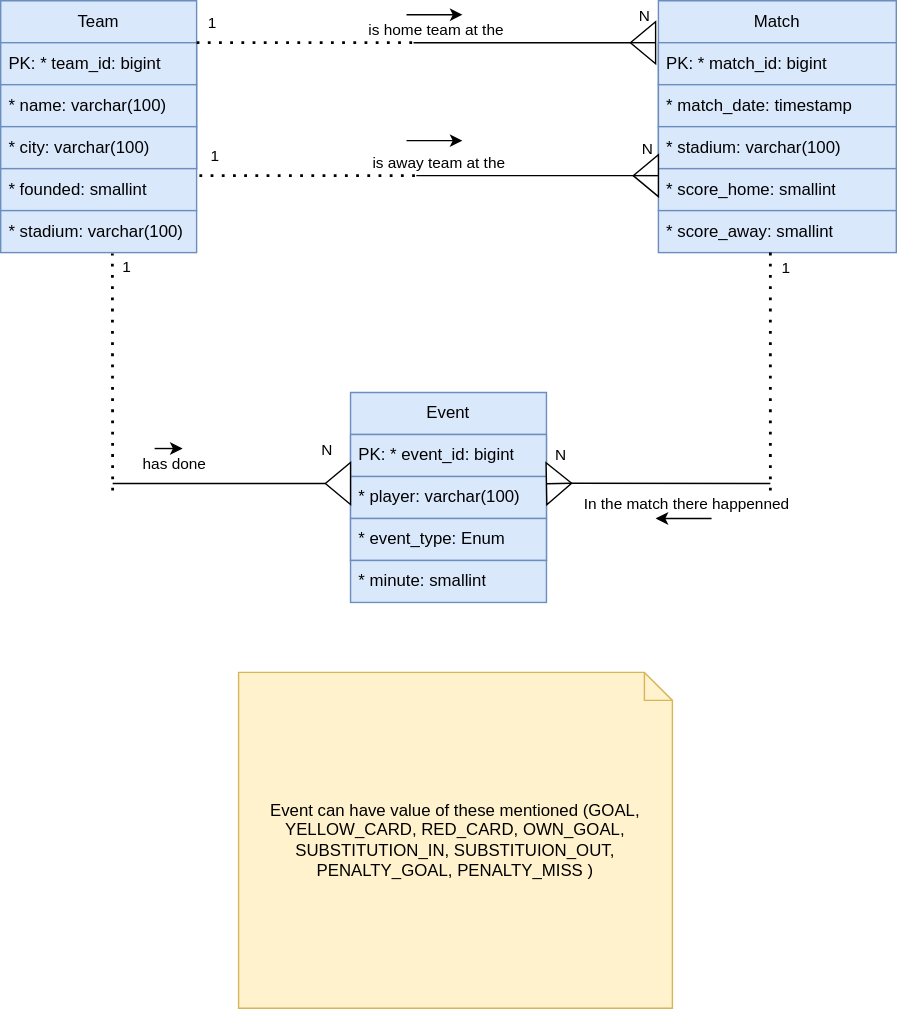
Earlier version of the draw.io export database_model.svg (Dejf-dev/Livesport-Central-Data-Storage). Source tidied: cells renumbered, new cells last; positions are measured from the earlier drawing's top-left corner, leaving out a move shared by most shapes.
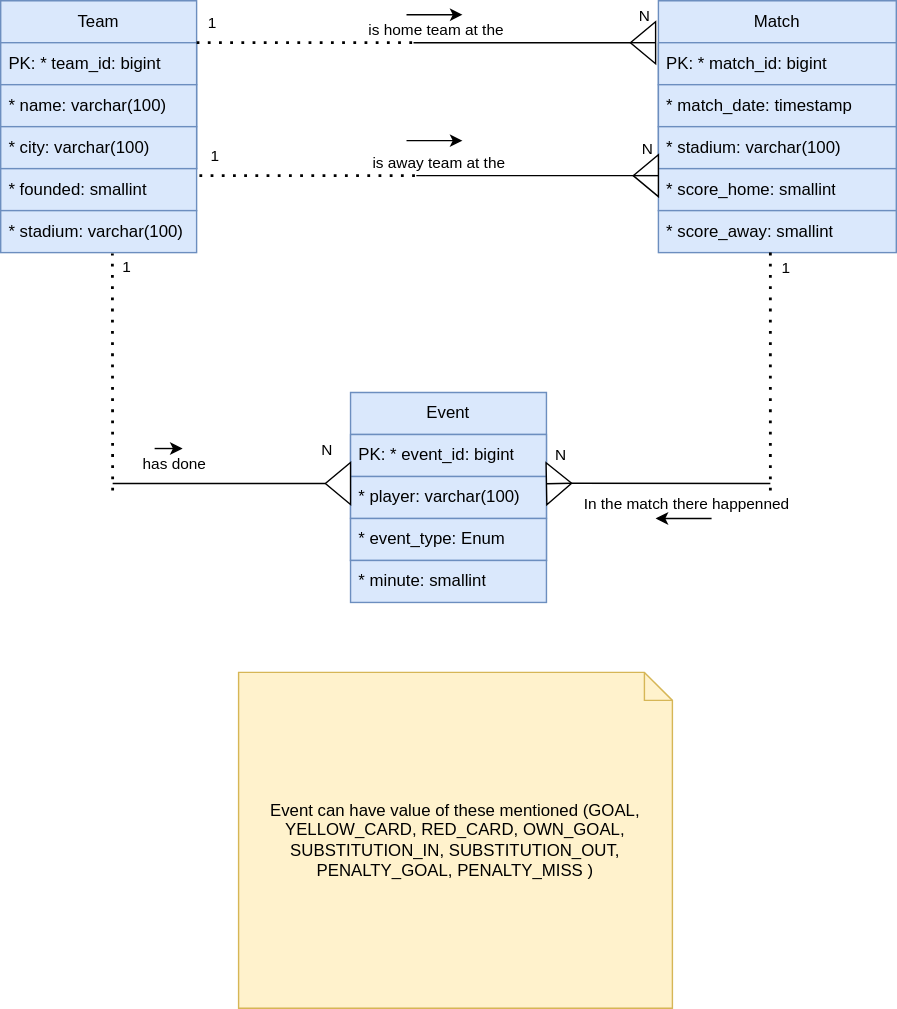
After the change.

What changed in the source:
```diff
@@ -53,7 +53,7 @@
     <mxCell id="18" value="* minute: smallint" style="text;strokeColor=#6c8ebf;fillColor=#dae8fc;align=left;verticalAlign=middle;spacingLeft=4;spacingRight=4;overflow=hidden;whiteSpace=wrap;html=1;" parent="1" vertex="1">
       <mxGeometry x="250" y="400" width="140" height="30" as="geometry" />
     </mxCell>
-    <mxCell id="19" value="Event can have value of these mentioned (&lt;span style=&quot;text-align: left;&quot;&gt;GOAL, YELLOW_CARD, RED_CARD, OWN_GOAL, SUBSTITUTION_IN, SUBSTITUION_OUT, PENALTY_GOAL, PENALTY_MISS&amp;nbsp;&lt;/span&gt;)" style="shape=note;size=20;whiteSpace=wrap;html=1;fillColor=#fff2cc;strokeColor=#d6b656;" parent="1" vertex="1">
+    <mxCell id="19" value="Event can have value of these mentioned (&lt;span style=&quot;text-align: left;&quot;&gt;GOAL, YELLOW_CARD, RED_CARD, OWN_GOAL, SUBSTITUTION_IN,&amp;nbsp;&lt;/span&gt;&lt;span style=&quot;text-align: left;&quot;&gt;SUBSTITUTION_OUT&lt;/span&gt;&lt;span style=&quot;text-align: left;&quot;&gt;, PENALTY_GOAL, PENALTY_MISS&amp;nbsp;&lt;/span&gt;)" style="shape=note;size=20;whiteSpace=wrap;html=1;fillColor=#fff2cc;strokeColor=#d6b656;" parent="1" vertex="1">
       <mxGeometry x="170" y="480" width="310" height="240" as="geometry" />
     </mxCell>
     <mxCell id="20" style="group;" parent="1" vertex="1">
```
